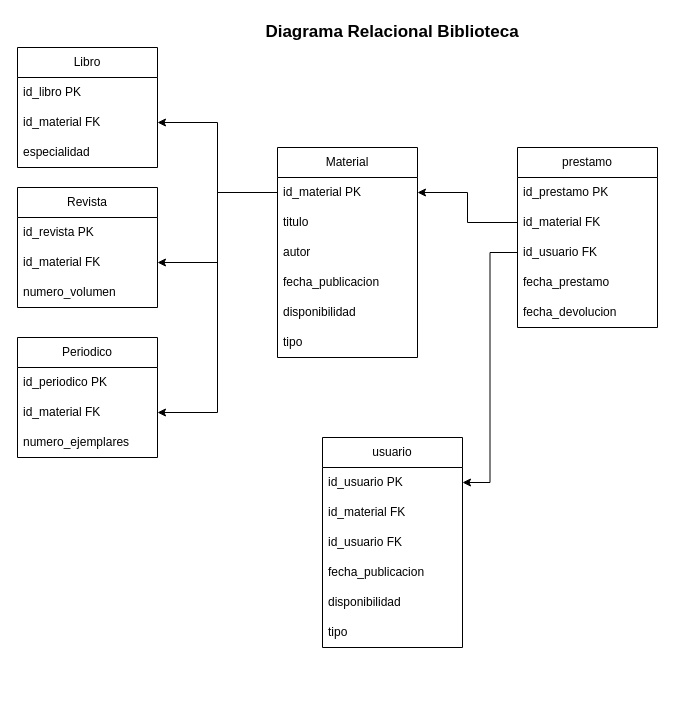
Earlier version of the draw.io diagram Diagrama Relacional Biblioteca.drawio (AlexAntonio29/PracticasProgramacion). Source tidied: cells renumbered, new cells numbered last; positions are measured from the earlier drawing's top-left corner, leaving out a move shared by most shapes. Both pictures are drawn from the tidied source at 100%, with x=0, y=0 at pixel (17, 17).
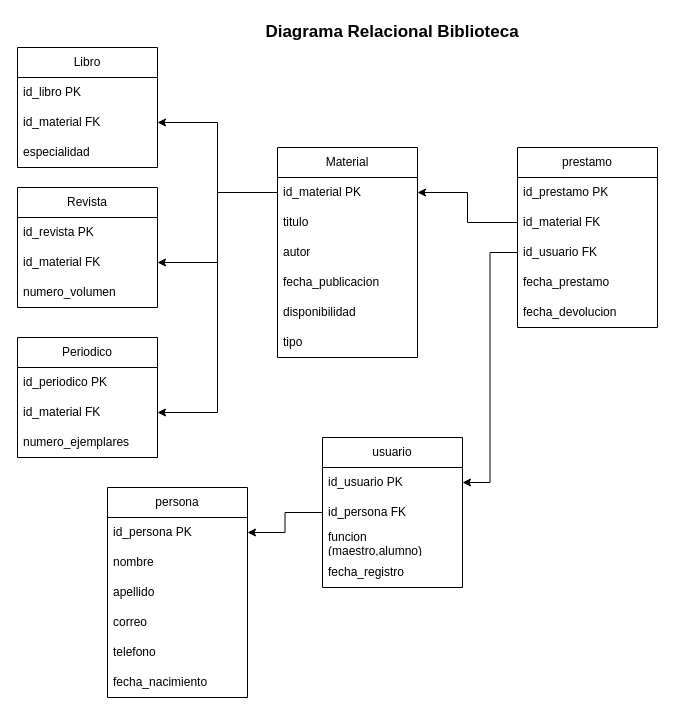
Above is the later version.

The edit, as a diff of the source:
```diff
@@
     <mxCell id="32" value="usuario" style="swimlane;fontStyle=0;horizontal=1;startSize=30;whiteSpace=wrap;html=1;" parent="1" vertex="1">
-      <mxGeometry x="305" y="420" width="140" height="210" as="geometry" />
+      <mxGeometry x="305" y="420" width="140" height="150" as="geometry" />
     </mxCell>
@@
-    <mxCell id="34" value="id_material FK" style="text;strokeColor=none;fillColor=none;align=left;verticalAlign=middle;spacingLeft=4;spacingRight=4;overflow=hidden;points=[[0,0.5],[1,0.5]];portConstraint=eastwest;whiteSpace=wrap;html=1;" parent="32" vertex="1">
+    <mxCell id="34" value="id_persona FK" style="text;strokeColor=none;fillColor=none;align=left;verticalAlign=middle;spacingLeft=4;spacingRight=4;overflow=hidden;points=[[0,0.5],[1,0.5]];portConstraint=eastwest;whiteSpace=wrap;html=1;" parent="32" vertex="1">
       <mxGeometry y="60" width="140" height="30" as="geometry" />
     </mxCell>
-    <mxCell id="35" value="id_usuario FK" style="text;strokeColor=none;fillColor=none;align=left;verticalAlign=middle;spacingLeft=4;spacingRight=4;overflow=hidden;whiteSpace=wrap;html=1;" parent="32" vertex="1">
+    <mxCell id="35" value="funcion (maestro,alumno)" style="text;strokeColor=none;fillColor=none;align=left;verticalAlign=middle;spacingLeft=4;spacingRight=4;overflow=hidden;whiteSpace=wrap;html=1;" parent="32" vertex="1">
       <mxGeometry y="90" width="140" height="30" as="geometry" />
     </mxCell>
-    <mxCell id="36" value="fecha_publicacion" style="text;strokeColor=none;fillColor=none;align=left;verticalAlign=middle;spacingLeft=4;spacingRight=4;overflow=hidden;whiteSpace=wrap;html=1;" parent="32" vertex="1">
+    <mxCell id="36" value="fecha_registro" style="text;strokeColor=none;fillColor=none;align=left;verticalAlign=middle;spacingLeft=4;spacingRight=4;overflow=hidden;whiteSpace=wrap;html=1;" parent="32" vertex="1">
       <mxGeometry y="120" width="140" height="30" as="geometry" />
     </mxCell>
-    <mxCell id="37" value="disponibilidad" style="text;strokeColor=none;fillColor=none;align=left;verticalAlign=middle;spacingLeft=4;spacingRight=4;overflow=hidden;whiteSpace=wrap;html=1;" parent="32" vertex="1">
-      <mxGeometry y="150" width="140" height="30" as="geometry" />
-    </mxCell>
-    <mxCell id="38" value="tipo" style="text;strokeColor=none;fillColor=none;align=left;verticalAlign=middle;spacingLeft=4;spacingRight=4;overflow=hidden;whiteSpace=wrap;html=1;" parent="32" vertex="1">
-      <mxGeometry y="180" width="140" height="30" as="geometry" />
-    </mxCell>
@@
+    <mxCell id="40" value="persona" style="swimlane;fontStyle=0;horizontal=1;startSize=30;whiteSpace=wrap;html=1;" parent="1" vertex="1">
+      <mxGeometry x="90" y="470" width="140" height="210" as="geometry" />
+    </mxCell>
+    <mxCell id="41" value="id_persona PK" style="text;strokeColor=none;fillColor=none;align=left;verticalAlign=middle;spacingLeft=4;spacingRight=4;overflow=hidden;points=[[0,0.5],[1,0.5]];portConstraint=eastwest;whiteSpace=wrap;html=1;" parent="40" vertex="1">
+      <mxGeometry y="30" width="140" height="30" as="geometry" />
+    </mxCell>
+    <mxCell id="42" value="nombre" style="text;strokeColor=none;fillColor=none;align=left;verticalAlign=middle;spacingLeft=4;spacingRight=4;overflow=hidden;whiteSpace=wrap;html=1;" parent="40" vertex="1">
+      <mxGeometry y="60" width="140" height="30" as="geometry" />
+    </mxCell>
+    <mxCell id="43" value="apellido" style="text;strokeColor=none;fillColor=none;align=left;verticalAlign=middle;spacingLeft=4;spacingRight=4;overflow=hidden;whiteSpace=wrap;html=1;" parent="40" vertex="1">
+      <mxGeometry y="90" width="140" height="30" as="geometry" />
+    </mxCell>
+    <mxCell id="44" value="correo" style="text;strokeColor=none;fillColor=none;align=left;verticalAlign=middle;spacingLeft=4;spacingRight=4;overflow=hidden;whiteSpace=wrap;html=1;" parent="40" vertex="1">
+      <mxGeometry y="120" width="140" height="30" as="geometry" />
+    </mxCell>
+    <mxCell id="45" value="telefono" style="text;strokeColor=none;fillColor=none;align=left;verticalAlign=middle;spacingLeft=4;spacingRight=4;overflow=hidden;whiteSpace=wrap;html=1;" parent="40" vertex="1">
+      <mxGeometry y="150" width="140" height="30" as="geometry" />
+    </mxCell>
+    <mxCell id="46" value="fecha_nacimiento" style="text;strokeColor=none;fillColor=none;align=left;verticalAlign=middle;spacingLeft=4;spacingRight=4;overflow=hidden;whiteSpace=wrap;html=1;" parent="40" vertex="1">
+      <mxGeometry y="180" width="140" height="30" as="geometry" />
+    </mxCell>
+    <mxCell id="47" style="edgeStyle=orthogonalEdgeStyle;rounded=0;jettySize=auto;html=1;entryX=1;entryY=0.5;entryDx=0;entryDy=0;" parent="1" edge="1" source="34" target="41">
+      <mxGeometry relative="1" as="geometry" />
+    </mxCell>
```
